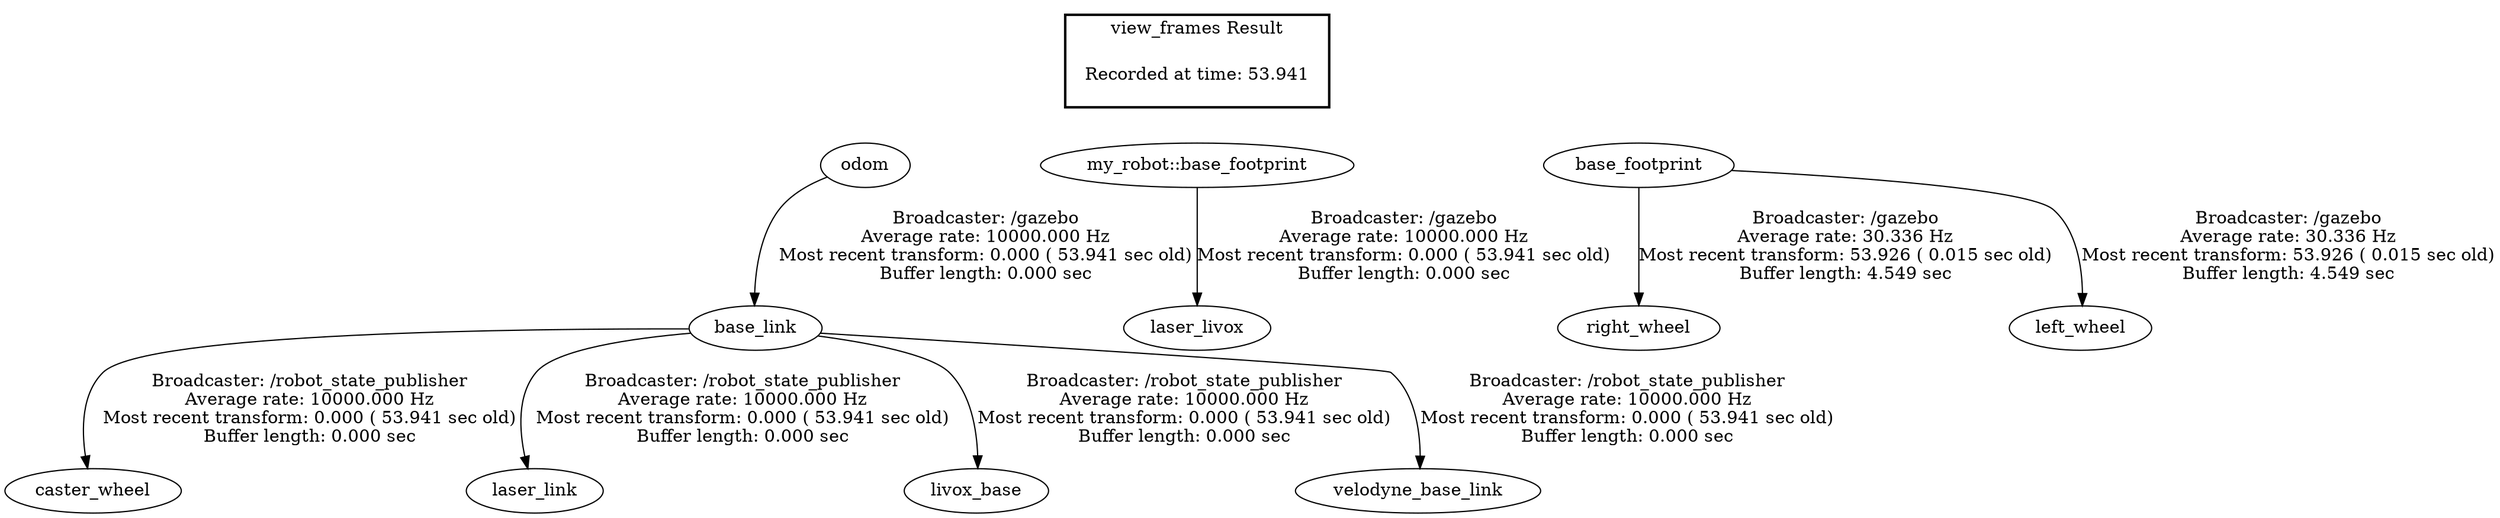
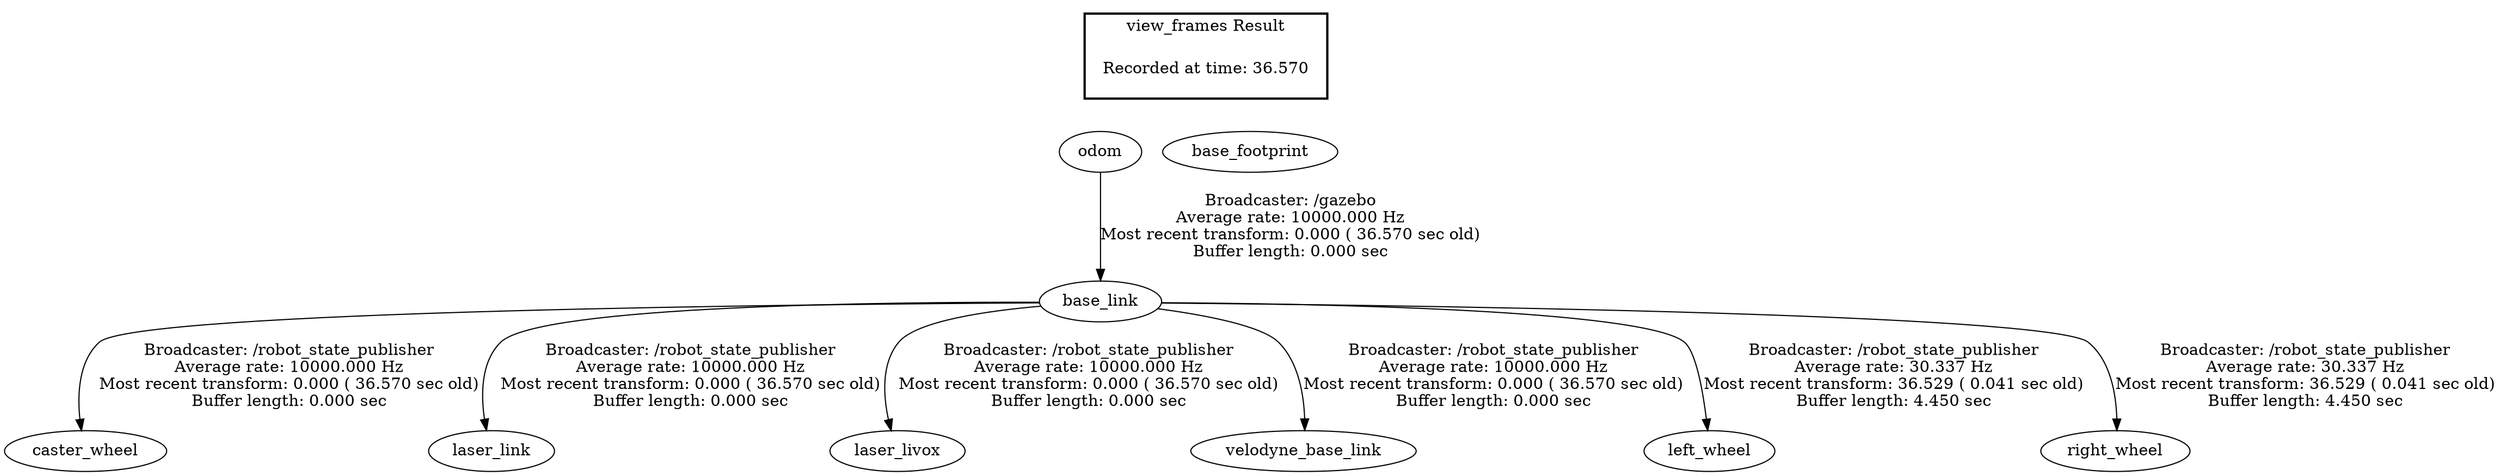
digraph G {
- "odom" -> "base_link"[label="Broadcaster: /gazebo\nAverage rate: 10000.000 Hz\nMost recent transform: 0.000 ( 53.941 sec old)\nBuffer length: 0.000 sec\n"];
- "base_link" -> "caster_wheel"[label="Broadcaster: /robot_state_publisher\nAverage rate: 10000.000 Hz\nMost recent transform: 0.000 ( 53.941 sec old)\nBuffer length: 0.000 sec\n"];
- "base_link" -> "laser_link"[label="Broadcaster: /robot_state_publisher\nAverage rate: 10000.000 Hz\nMost recent transform: 0.000 ( 53.941 sec old)\nBuffer length: 0.000 sec\n"];
- "base_link" -> "livox_base"[label="Broadcaster: /robot_state_publisher\nAverage rate: 10000.000 Hz\nMost recent transform: 0.000 ( 53.941 sec old)\nBuffer length: 0.000 sec\n"];
- "my_robot::base_footprint" -> "laser_livox"[label="Broadcaster: /gazebo\nAverage rate: 10000.000 Hz\nMost recent transform: 0.000 ( 53.941 sec old)\nBuffer length: 0.000 sec\n"];
- "base_link" -> "velodyne_base_link"[label="Broadcaster: /robot_state_publisher\nAverage rate: 10000.000 Hz\nMost recent transform: 0.000 ( 53.941 sec old)\nBuffer length: 0.000 sec\n"];
- "base_footprint" -> "right_wheel"[label="Broadcaster: /gazebo\nAverage rate: 30.336 Hz\nMost recent transform: 53.926 ( 0.015 sec old)\nBuffer length: 4.549 sec\n"];
- "base_footprint" -> "left_wheel"[label="Broadcaster: /gazebo\nAverage rate: 30.336 Hz\nMost recent transform: 53.926 ( 0.015 sec old)\nBuffer length: 4.549 sec\n"];
+ "odom" -> "base_link"[label="Broadcaster: /gazebo\nAverage rate: 10000.000 Hz\nMost recent transform: 0.000 ( 36.570 sec old)\nBuffer length: 0.000 sec\n"];
+ "base_link" -> "caster_wheel"[label="Broadcaster: /robot_state_publisher\nAverage rate: 10000.000 Hz\nMost recent transform: 0.000 ( 36.570 sec old)\nBuffer length: 0.000 sec\n"];
+ "base_link" -> "laser_link"[label="Broadcaster: /robot_state_publisher\nAverage rate: 10000.000 Hz\nMost recent transform: 0.000 ( 36.570 sec old)\nBuffer length: 0.000 sec\n"];
+ "base_link" -> "laser_livox"[label="Broadcaster: /robot_state_publisher\nAverage rate: 10000.000 Hz\nMost recent transform: 0.000 ( 36.570 sec old)\nBuffer length: 0.000 sec\n"];
+ "base_link" -> "velodyne_base_link"[label="Broadcaster: /robot_state_publisher\nAverage rate: 10000.000 Hz\nMost recent transform: 0.000 ( 36.570 sec old)\nBuffer length: 0.000 sec\n"];
+ "base_link" -> "left_wheel"[label="Broadcaster: /robot_state_publisher\nAverage rate: 30.337 Hz\nMost recent transform: 36.529 ( 0.041 sec old)\nBuffer length: 4.450 sec\n"];
+ "base_link" -> "right_wheel"[label="Broadcaster: /robot_state_publisher\nAverage rate: 30.337 Hz\nMost recent transform: 36.529 ( 0.041 sec old)\nBuffer length: 4.450 sec\n"];
edge [style=invis];
 subgraph cluster_legend { style=bold; color=black; label ="view_frames Result";
- "Recorded at time: 53.941"[ shape=plaintext ] ;
+ "Recorded at time: 36.570"[ shape=plaintext ] ;
 }->"base_footprint";
edge [style=invis];
 subgraph cluster_legend { style=bold; color=black; label ="view_frames Result";
- "Recorded at time: 53.941"[ shape=plaintext ] ;
+ "Recorded at time: 36.570"[ shape=plaintext ] ;
 }->"odom";
- edge [style=invis];
-  subgraph cluster_legend { style=bold; color=black; label ="view_frames Result";
- "Recorded at time: 53.941"[ shape=plaintext ] ;
-  }->"my_robot::base_footprint";
}